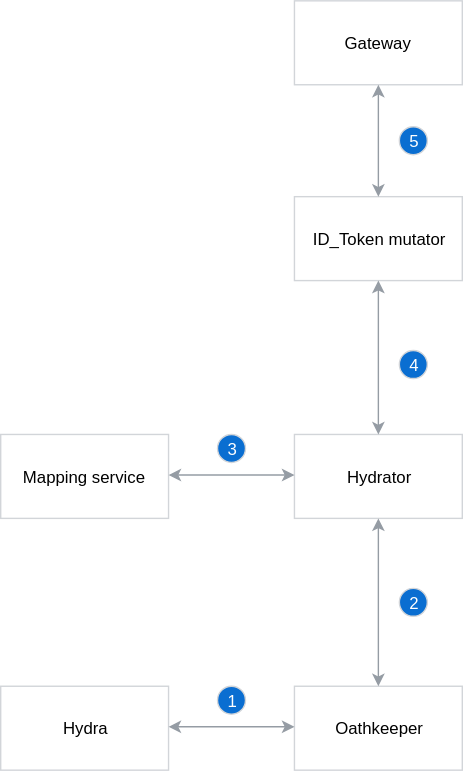
The draw.io diagram docs/architecture/assets/oauth2-diagram.svg in kyma-incubator/compass, before a commit. Source tidied: cells renumbered, new cells last; positions are measured from the earlier drawing's top-left corner, leaving out a move shared by most shapes. Source of this version:
```xml
<mxGraphModel>
  <root>
    <mxCell id="0" />
    <mxCell id="1" parent="0" />
    <mxCell id="2" value="Gateway" style="rounded=0;whiteSpace=wrap;html=1;strokeColor=#D2D5D9;" parent="1" vertex="1">
      <mxGeometry x="210" width="120" height="60" as="geometry" />
    </mxCell>
    <mxCell id="3" value="Hydrator&lt;br&gt;" style="rounded=0;whiteSpace=wrap;html=1;strokeColor=#D2D5D9;" parent="1" vertex="1">
      <mxGeometry x="210" y="310" width="120" height="60" as="geometry" />
    </mxCell>
    <mxCell id="4" value="ID_Token mutator&lt;br&gt;" style="rounded=0;whiteSpace=wrap;html=1;fillColor=#FFFFFF;strokeColor=#D2D5D9;" parent="1" vertex="1">
      <mxGeometry x="210" y="140" width="120" height="60" as="geometry" />
    </mxCell>
    <mxCell id="5" value="Mapping service&lt;br&gt;" style="rounded=0;whiteSpace=wrap;html=1;fillColor=#FFFFFF;strokeColor=#D2D5D9;" parent="1" vertex="1">
      <mxGeometry y="310" width="120" height="60" as="geometry" />
    </mxCell>
    <mxCell id="6" value="Oathkeeper" style="rounded=0;whiteSpace=wrap;html=1;strokeColor=#D2D5D9;" parent="1" vertex="1">
      <mxGeometry x="210" y="490" width="120" height="60" as="geometry" />
    </mxCell>
    <mxCell id="7" value="Hydra&lt;br&gt;" style="rounded=0;whiteSpace=wrap;html=1;strokeColor=#D2D5D9;" parent="1" vertex="1">
      <mxGeometry y="490" width="120" height="60" as="geometry" />
    </mxCell>
    <mxCell id="8" style="endArrow=classic;startArrow=classic;html=1;entryX=0;entryY=0.5;entryDx=0;entryDy=0;exitX=1;exitY=0.5;exitDx=0;exitDy=0;strokeColor=#959CA4;" parent="1" edge="1">
      <mxGeometry relative="1" as="geometry">
        <mxPoint x="120" y="339" as="sourcePoint" />
        <mxPoint x="210" y="339" as="targetPoint" />
      </mxGeometry>
    </mxCell>
    <mxCell id="9" style="endArrow=classic;startArrow=classic;html=1;entryX=0;entryY=0.5;entryDx=0;entryDy=0;exitX=1;exitY=0.5;exitDx=0;exitDy=0;strokeColor=#959CA4;" parent="1" edge="1">
      <mxGeometry relative="1" as="geometry">
        <mxPoint x="120" y="519" as="sourcePoint" />
        <mxPoint x="210" y="519" as="targetPoint" />
      </mxGeometry>
    </mxCell>
    <mxCell id="10" value="&lt;font color=&quot;#ffffff&quot;&gt;1&lt;br&gt;&lt;/font&gt;" style="ellipse;whiteSpace=wrap;html=1;strokeColor=#D2D5D9;fillColor=#0A6ED1;" parent="1" vertex="1">
      <mxGeometry x="155" y="490" width="20" height="20" as="geometry" />
    </mxCell>
    <mxCell id="11" value="&lt;font color=&quot;#ffffff&quot;&gt;2&lt;br&gt;&lt;/font&gt;" style="ellipse;whiteSpace=wrap;html=1;strokeColor=#D2D5D9;fillColor=#0A6ED1;" parent="1" vertex="1">
      <mxGeometry x="285" y="420" width="20" height="20" as="geometry" />
    </mxCell>
    <mxCell id="12" value="&lt;font color=&quot;#ffffff&quot;&gt;3&lt;br&gt;&lt;/font&gt;" style="ellipse;whiteSpace=wrap;html=1;strokeColor=#D2D5D9;fillColor=#0A6ED1;" parent="1" vertex="1">
      <mxGeometry x="155" y="310" width="20" height="20" as="geometry" />
    </mxCell>
    <mxCell id="13" value="&lt;font color=&quot;#ffffff&quot;&gt;4&lt;br&gt;&lt;/font&gt;" style="ellipse;whiteSpace=wrap;html=1;strokeColor=#D2D5D9;fillColor=#0A6ED1;" parent="1" vertex="1">
      <mxGeometry x="285" y="250" width="20" height="20" as="geometry" />
    </mxCell>
    <mxCell id="14" value="&lt;font color=&quot;#ffffff&quot;&gt;5&lt;br&gt;&lt;/font&gt;" style="ellipse;whiteSpace=wrap;html=1;strokeColor=#D2D5D9;fillColor=#0A6ED1;" parent="1" vertex="1">
      <mxGeometry x="285" y="90" width="20" height="20" as="geometry" />
    </mxCell>
    <mxCell id="15" style="endArrow=classic;startArrow=classic;html=1;entryX=0.5;entryY=1;entryDx=0;entryDy=0;exitX=0.5;exitY=0;exitDx=0;exitDy=0;strokeColor=#959CA4;" parent="1" edge="1" source="6" target="3">
      <mxGeometry relative="1" as="geometry" />
    </mxCell>
    <mxCell id="16" style="endArrow=classic;startArrow=classic;html=1;exitX=0.5;exitY=0;exitDx=0;exitDy=0;strokeColor=#959CA4;" parent="1" edge="1" source="3">
      <mxGeometry relative="1" as="geometry">
        <mxPoint x="270" y="200" as="targetPoint" />
      </mxGeometry>
    </mxCell>
    <mxCell id="17" style="endArrow=classic;startArrow=classic;html=1;exitX=0.5;exitY=0;exitDx=0;exitDy=0;strokeColor=#959CA4;entryX=0.5;entryY=1;entryDx=0;entryDy=0;" parent="1" edge="1" source="4" target="2">
      <mxGeometry relative="1" as="geometry" />
    </mxCell>
  </root>
</mxGraphModel>
```
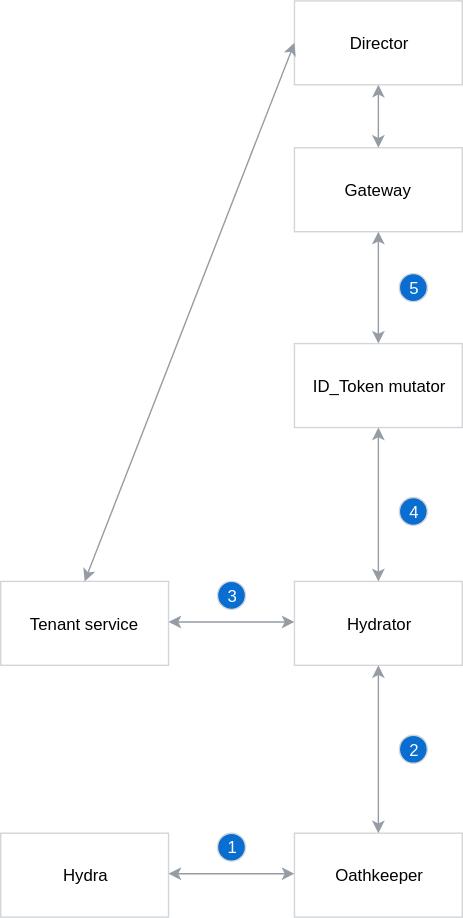
Above is the later version.

What changed in the source:
```diff
@@ -11,7 +11,7 @@
     <mxCell id="4" value="ID_Token mutator&lt;br&gt;" style="rounded=0;whiteSpace=wrap;html=1;fillColor=#FFFFFF;strokeColor=#D2D5D9;" parent="1" vertex="1">
       <mxGeometry x="210" y="140" width="120" height="60" as="geometry" />
     </mxCell>
-    <mxCell id="5" value="Mapping service&lt;br&gt;" style="rounded=0;whiteSpace=wrap;html=1;fillColor=#FFFFFF;strokeColor=#D2D5D9;" parent="1" vertex="1">
+    <mxCell id="5" value="Tenant service" style="rounded=0;whiteSpace=wrap;html=1;fillColor=#FFFFFF;strokeColor=#D2D5D9;" parent="1" vertex="1">
       <mxGeometry y="310" width="120" height="60" as="geometry" />
     </mxCell>
     <mxCell id="6" value="Oathkeeper" style="rounded=0;whiteSpace=wrap;html=1;strokeColor=#D2D5D9;" parent="1" vertex="1">
@@ -32,9 +32,6 @@
         <mxPoint x="210" y="519" as="targetPoint" />
       </mxGeometry>
     </mxCell>
-    <mxCell id="10" value="&lt;font color=&quot;#ffffff&quot;&gt;1&lt;br&gt;&lt;/font&gt;" style="ellipse;whiteSpace=wrap;html=1;strokeColor=#D2D5D9;fillColor=#0A6ED1;" parent="1" vertex="1">
-      <mxGeometry x="155" y="490" width="20" height="20" as="geometry" />
-    </mxCell>
     <mxCell id="11" value="&lt;font color=&quot;#ffffff&quot;&gt;2&lt;br&gt;&lt;/font&gt;" style="ellipse;whiteSpace=wrap;html=1;strokeColor=#D2D5D9;fillColor=#0A6ED1;" parent="1" vertex="1">
       <mxGeometry x="285" y="420" width="20" height="20" as="geometry" />
     </mxCell>
@@ -58,5 +55,17 @@
     <mxCell id="17" style="endArrow=classic;startArrow=classic;html=1;exitX=0.5;exitY=0;exitDx=0;exitDy=0;strokeColor=#959CA4;entryX=0.5;entryY=1;entryDx=0;entryDy=0;" parent="1" edge="1" source="4" target="2">
       <mxGeometry relative="1" as="geometry" />
     </mxCell>
+    <mxCell id="10" value="&lt;font color=&quot;#ffffff&quot;&gt;1&lt;/font&gt;" style="ellipse;whiteSpace=wrap;html=1;strokeColor=#D2D5D9;fillColor=#0A6ED1;" parent="1" vertex="1">
+      <mxGeometry x="155" y="490" width="20" height="20" as="geometry" />
+    </mxCell>
+    <mxCell id="18" value="Director" style="rounded=0;whiteSpace=wrap;html=1;strokeColor=#D2D5D9;" parent="1" vertex="1">
+      <mxGeometry x="210" y="-105" width="120" height="60" as="geometry" />
+    </mxCell>
+    <mxCell id="19" style="endArrow=classic;startArrow=classic;html=1;strokeColor=#959CA4;exitX=0.5;exitY=0;exitDx=0;exitDy=0;entryX=0.5;entryY=1;entryDx=0;entryDy=0;" parent="1" edge="1" source="2" target="18">
+      <mxGeometry relative="1" as="geometry" />
+    </mxCell>
+    <mxCell id="20" style="endArrow=classic;startArrow=classic;html=1;exitX=0.5;exitY=0;exitDx=0;exitDy=0;strokeColor=#959CA4;entryX=0;entryY=0.5;entryDx=0;entryDy=0;" parent="1" edge="1" source="5" target="18">
+      <mxGeometry relative="1" as="geometry" />
+    </mxCell>
   </root>
 </mxGraphModel>
```
